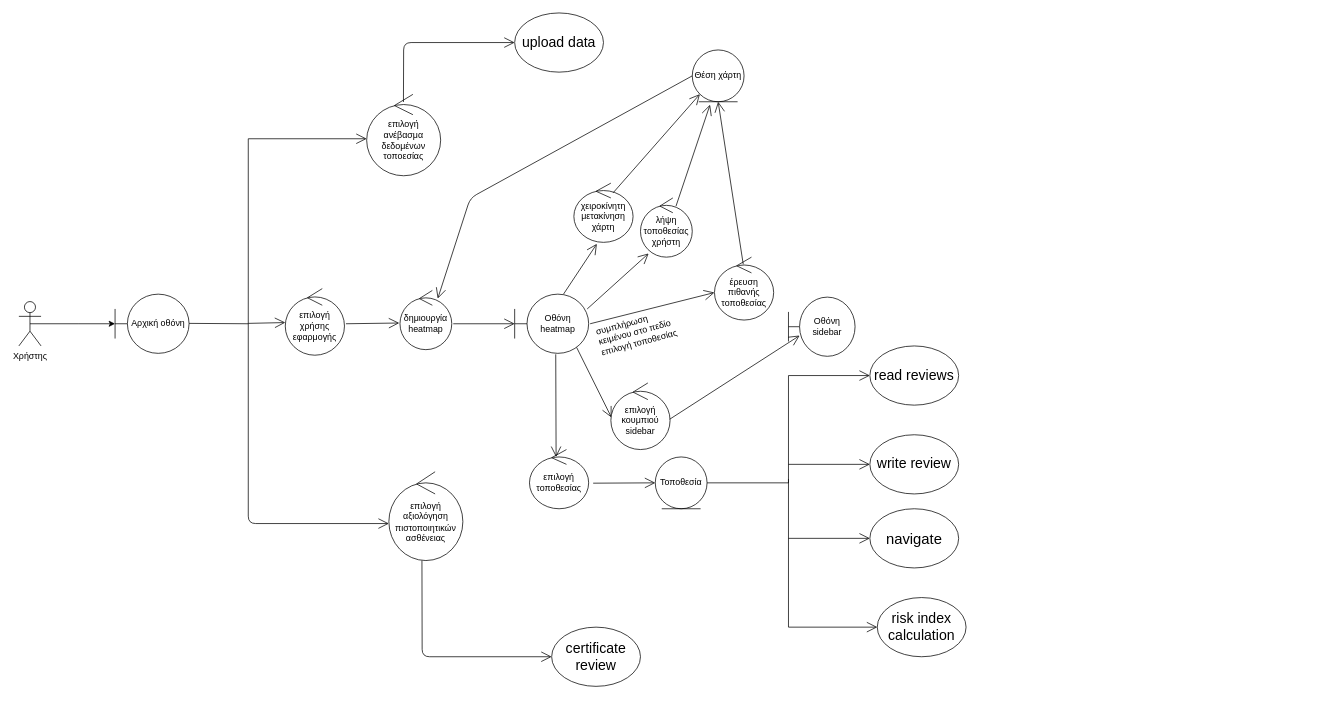
Earlier version of the draw.io diagram Documents/DrawioResources/4th cycle/RobustnessHeatmap.drawio (Mario-Sama/SoftEngProject2021). Source tidied: cells renumbered, new cells numbered last; positions are measured from the earlier drawing's top-left corner, leaving out a move shared by most shapes. Both pictures are drawn from the tidied source at 74%, with x=0, y=0 at pixel (18, 13).
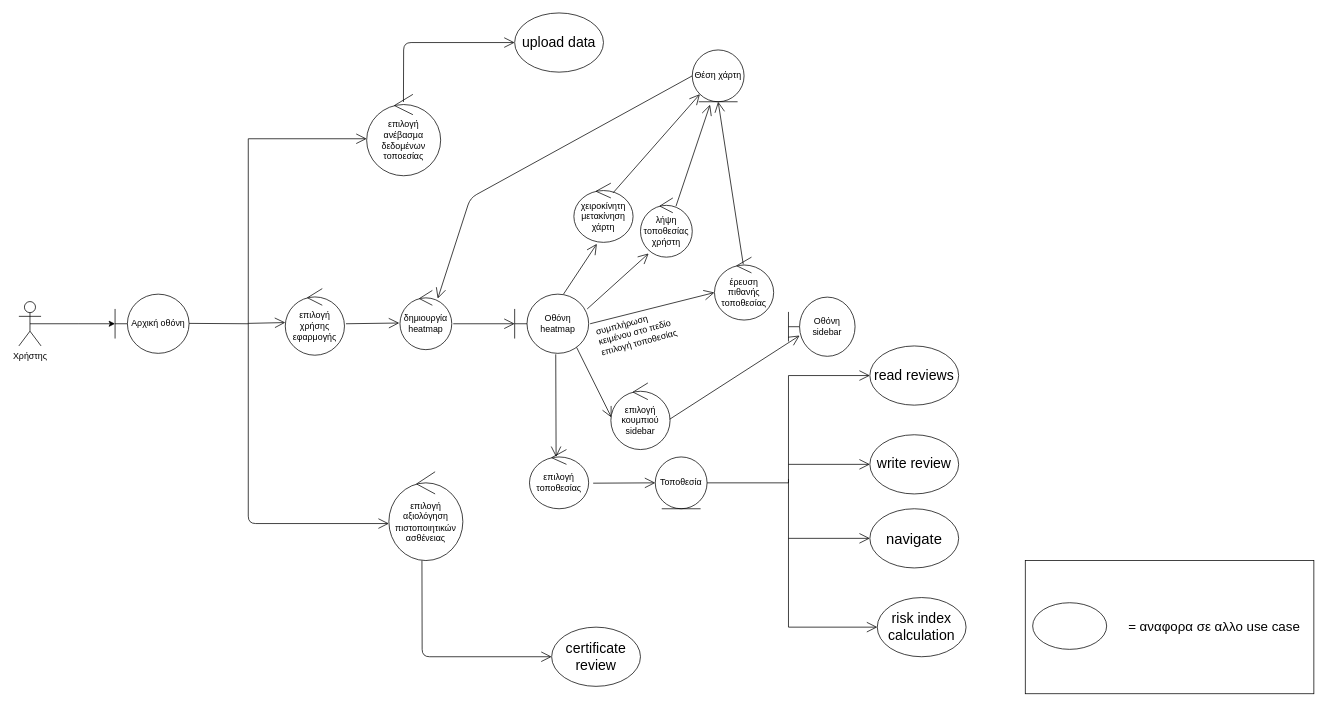
Above is the later version.

Commit message (it also covers changes not shown here):
changes to heatmap robustness and sequence

Diff of the diagram source:
```diff
@@
+    <mxCell id="50" style="rounded=0;whiteSpace=wrap;html=1;" parent="1" vertex="1">
+      <mxGeometry x="1360" y="740" width="390" height="180" as="geometry" />
+    </mxCell>
+    <mxCell id="51" style="ellipse;whiteSpace=wrap;html=1;" parent="1" vertex="1">
+      <mxGeometry x="1370" y="797" width="100" height="63" as="geometry" />
+    </mxCell>
+    <mxCell id="52" value="&lt;font style=&quot;font-size: 18px&quot;&gt;= αναφορα σε αλλο use case&lt;/font&gt;" style="text;html=1;align=center;verticalAlign=middle;strokeColor=none;" parent="1" vertex="1">
+      <mxGeometry x="1490" y="820" width="250" height="20" as="geometry" />
+    </mxCell>
```
